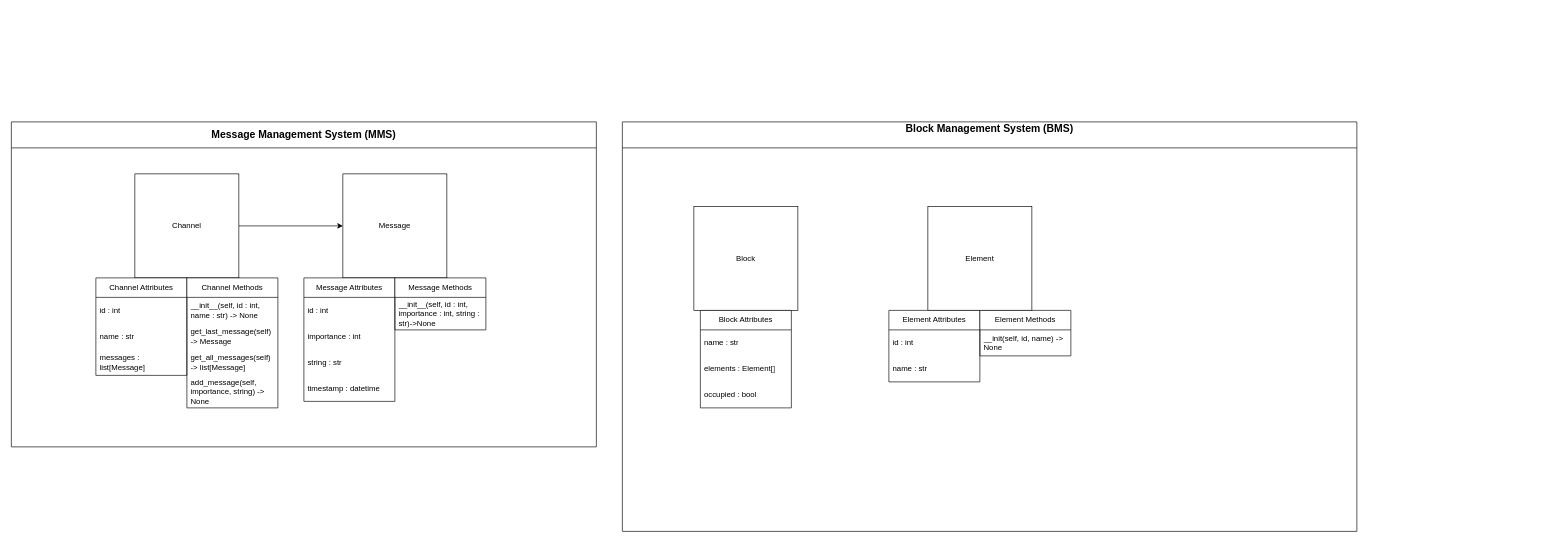
JeremyDrapeau/roller_coaster_computer keeps this draw.io diagram as coaster_computer_class_diagram.drawio. Above is the earlier version. Source tidied: cells renumbered, new cells numbered last; positions are measured from the earlier drawing's top-left corner, leaving out a move shared by most shapes. Both pictures are drawn from the tidied source at 65%, with x=0, y=0 at pixel (11, 122).
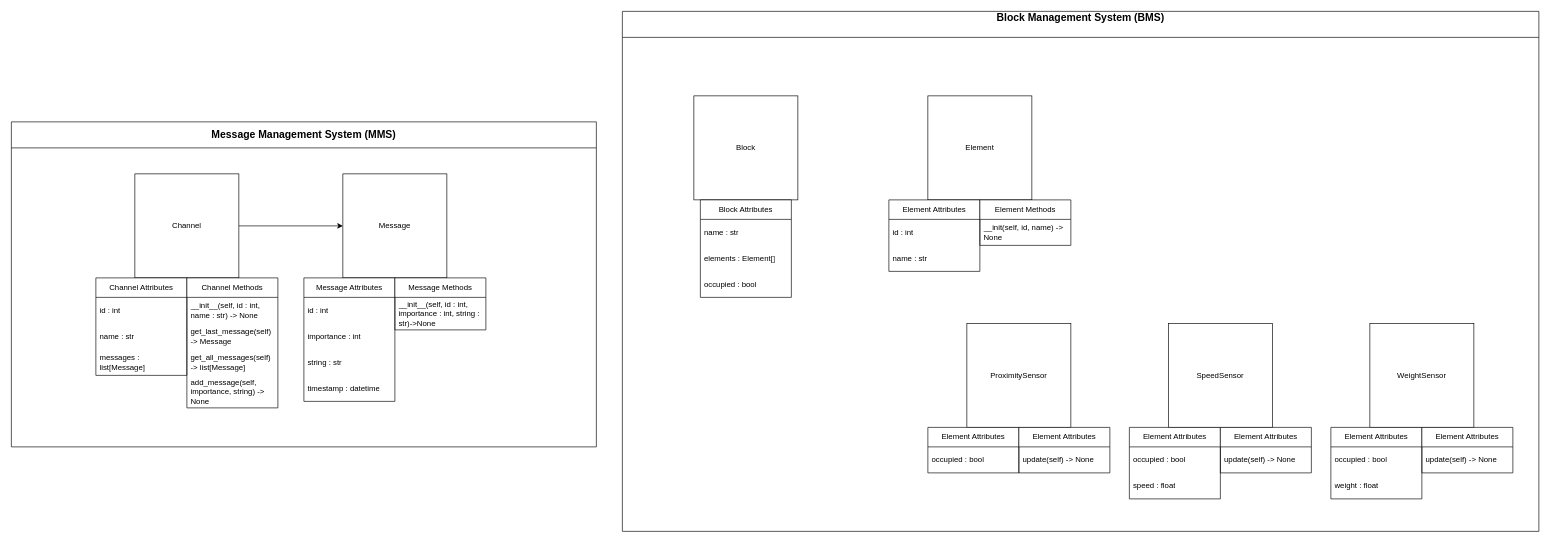
The same diagram, later.

Commit message:
added a couple of sensors to the diagram

Change to the diagram source:
```diff
@@
     <mxCell id="22" value="&lt;font style=&quot;font-size: 16px;&quot;&gt;Block Management System (BMS)&lt;/font&gt;&lt;div&gt;&lt;font style=&quot;font-size: 16px;&quot;&gt;&lt;br&gt;&lt;/font&gt;&lt;/div&gt;" style="swimlane;whiteSpace=wrap;html=1;startSize=40;" parent="1" vertex="1">
-      <mxGeometry x="940" width="1130" height="630" as="geometry" />
+      <mxGeometry x="940" y="-170" width="1410" height="800" as="geometry" />
     </mxCell>
@@
+    <mxCell id="34" value="ProximitySensor" style="whiteSpace=wrap;html=1;" parent="22" vertex="1">
+      <mxGeometry x="530" y="480" width="160" height="160" as="geometry" />
+    </mxCell>
+    <mxCell id="35" value="Element Attributes" style="swimlane;fontStyle=0;horizontal=1;startSize=30;whiteSpace=wrap;html=1;" parent="22" vertex="1">
+      <mxGeometry x="470" y="640" width="140" height="70" as="geometry" />
+    </mxCell>
+    <mxCell id="36" value="occupied : bool" style="text;strokeColor=none;fillColor=none;align=left;verticalAlign=middle;spacingLeft=4;spacingRight=4;overflow=hidden;whiteSpace=wrap;html=1;" parent="35" vertex="1">
+      <mxGeometry y="30" width="140" height="40" as="geometry" />
+    </mxCell>
+    <mxCell id="37" value="Element Attributes" style="swimlane;fontStyle=0;horizontal=1;startSize=30;whiteSpace=wrap;html=1;" parent="22" vertex="1">
+      <mxGeometry x="610" y="640" width="140" height="70" as="geometry" />
+    </mxCell>
+    <mxCell id="38" value="update(self) -&amp;gt; None" style="text;strokeColor=none;fillColor=none;align=left;verticalAlign=middle;spacingLeft=4;spacingRight=4;overflow=hidden;whiteSpace=wrap;html=1;" parent="37" vertex="1">
+      <mxGeometry y="30" width="140" height="40" as="geometry" />
+    </mxCell>
+    <mxCell id="39" value="SpeedSensor" style="whiteSpace=wrap;html=1;" parent="22" vertex="1">
+      <mxGeometry x="840" y="480" width="160" height="160" as="geometry" />
+    </mxCell>
+    <mxCell id="40" value="Element Attributes" style="swimlane;fontStyle=0;horizontal=1;startSize=30;whiteSpace=wrap;html=1;" parent="22" vertex="1">
+      <mxGeometry x="780" y="640" width="140" height="110" as="geometry" />
+    </mxCell>
+    <mxCell id="41" value="occupied : bool" style="text;strokeColor=none;fillColor=none;align=left;verticalAlign=middle;spacingLeft=4;spacingRight=4;overflow=hidden;whiteSpace=wrap;html=1;" parent="40" vertex="1">
+      <mxGeometry y="30" width="140" height="40" as="geometry" />
+    </mxCell>
+    <mxCell id="42" value="speed : float" style="text;strokeColor=none;fillColor=none;align=left;verticalAlign=middle;spacingLeft=4;spacingRight=4;overflow=hidden;whiteSpace=wrap;html=1;" parent="40" vertex="1">
+      <mxGeometry y="70" width="140" height="40" as="geometry" />
+    </mxCell>
+    <mxCell id="43" value="Element Attributes" style="swimlane;fontStyle=0;horizontal=1;startSize=30;whiteSpace=wrap;html=1;" parent="22" vertex="1">
+      <mxGeometry x="920" y="640" width="140" height="70" as="geometry" />
+    </mxCell>
+    <mxCell id="44" value="update(self) -&amp;gt; None" style="text;strokeColor=none;fillColor=none;align=left;verticalAlign=middle;spacingLeft=4;spacingRight=4;overflow=hidden;whiteSpace=wrap;html=1;" parent="43" vertex="1">
+      <mxGeometry y="30" width="140" height="40" as="geometry" />
+    </mxCell>
+    <mxCell id="45" value="WeightSensor" style="whiteSpace=wrap;html=1;" parent="22" vertex="1">
+      <mxGeometry x="1150" y="480" width="160" height="160" as="geometry" />
+    </mxCell>
+    <mxCell id="46" value="Element Attributes" style="swimlane;fontStyle=0;horizontal=1;startSize=30;whiteSpace=wrap;html=1;" parent="22" vertex="1">
+      <mxGeometry x="1090" y="640" width="140" height="110" as="geometry" />
+    </mxCell>
+    <mxCell id="47" value="occupied : bool" style="text;strokeColor=none;fillColor=none;align=left;verticalAlign=middle;spacingLeft=4;spacingRight=4;overflow=hidden;whiteSpace=wrap;html=1;" parent="46" vertex="1">
+      <mxGeometry y="30" width="140" height="40" as="geometry" />
+    </mxCell>
+    <mxCell id="48" value="weight : float" style="text;strokeColor=none;fillColor=none;align=left;verticalAlign=middle;spacingLeft=4;spacingRight=4;overflow=hidden;whiteSpace=wrap;html=1;" parent="46" vertex="1">
+      <mxGeometry y="70" width="140" height="40" as="geometry" />
+    </mxCell>
+    <mxCell id="49" value="Element Attributes" style="swimlane;fontStyle=0;horizontal=1;startSize=30;whiteSpace=wrap;html=1;" parent="22" vertex="1">
+      <mxGeometry x="1230" y="640" width="140" height="70" as="geometry" />
+    </mxCell>
+    <mxCell id="50" value="update(self) -&amp;gt; None" style="text;strokeColor=none;fillColor=none;align=left;verticalAlign=middle;spacingLeft=4;spacingRight=4;overflow=hidden;whiteSpace=wrap;html=1;" parent="49" vertex="1">
+      <mxGeometry y="30" width="140" height="40" as="geometry" />
+    </mxCell>
```
